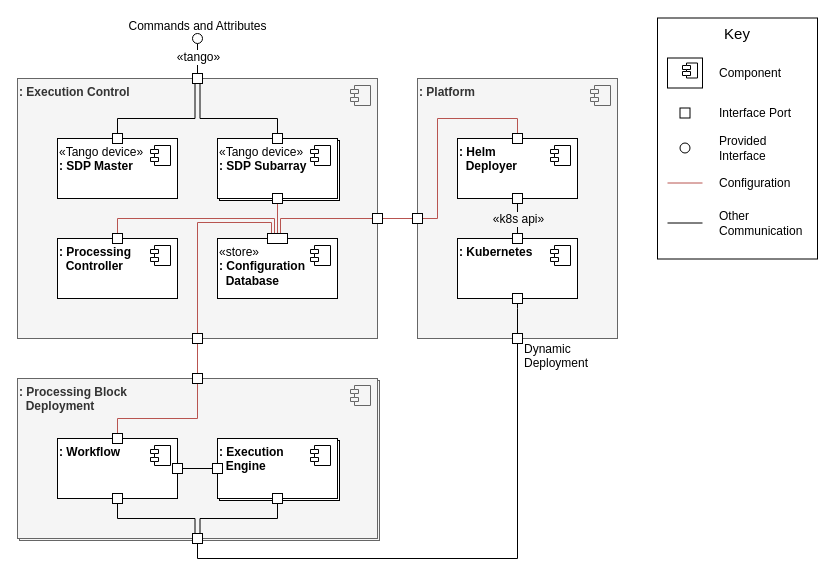
Above: docs/src/images/sdp_components.drawio in ska-telescope/sdp-integration (draw.io), before the change. Source tidied: cells renumbered, new cells numbered last; positions are measured from the earlier drawing's top-left corner, leaving out a move shared by most shapes. Both pictures are drawn from the tidied source at 100%, with x=0, y=0 at pixel (17, 18).
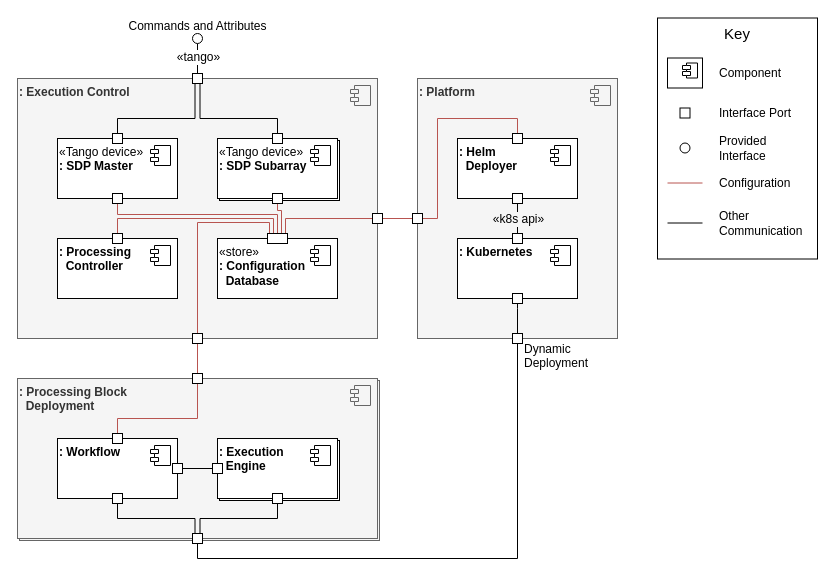
The same diagram, later.

The change refers to these unchanged cells:
```xml
<mxCell id="11" value="«Tango device»&lt;br&gt;&lt;b&gt;: SDP&amp;nbsp;&lt;/b&gt;&lt;b&gt;Subarray&lt;/b&gt;" style="html=1;align=left;verticalAlign=top;" parent="1" vertex="1">
  <mxGeometry x="200" y="120" width="120" height="60" as="geometry" />
</mxCell>
<mxCell id="16" value="«store»&lt;br&gt;&lt;b&gt;: Configuration&lt;br&gt;&amp;nbsp; Database&lt;/b&gt;" style="html=1;align=left;verticalAlign=top;" parent="1" vertex="1">
  <mxGeometry x="200" y="220" width="120" height="60" as="geometry" />
</mxCell>
<mxCell id="34" style="whiteSpace=wrap;html=1;fillColor=#ffffff;" parent="1" vertex="1">
  <mxGeometry x="95" y="215" width="10" height="10" as="geometry" />
</mxCell>
<mxCell id="46" style="whiteSpace=wrap;html=1;fillColor=#ffffff;" parent="1" vertex="1">
  <mxGeometry x="255" y="175" width="10" height="10" as="geometry" />
</mxCell>
<mxCell id="52" style="whiteSpace=wrap;html=1;fillColor=#ffffff;" parent="1" vertex="1">
  <mxGeometry x="355" y="195" width="10" height="10" as="geometry" />
</mxCell>
<mxCell id="55" style="whiteSpace=wrap;html=1;fillColor=#ffffff;" parent="1" vertex="1">
  <mxGeometry x="175" y="315" width="10" height="10" as="geometry" />
</mxCell>
```

The edit, as a diff of the source:
```diff
@@
-    <mxCell id="15" style="edgeStyle=orthogonalEdgeStyle;rounded=0;jettySize=auto;html=1;startArrow=none;startFill=0;endArrow=none;endFill=0;" parent="1" edge="1" source="16" target="11">
-      <mxGeometry relative="1" as="geometry" />
-    </mxCell>
@@
-    <mxCell id="33" style="edgeStyle=orthogonalEdgeStyle;rounded=0;jettySize=auto;html=1;exitX=0.5;exitY=0;exitDx=0;exitDy=0;entryX=0.35;entryY=0;entryDx=0;entryDy=0;startArrow=none;startFill=0;endArrow=none;endFill=0;fillColor=#f8cecc;strokeColor=#b85450;entryPerimeter=0;" parent="1" edge="1" source="34" target="51">
+    <mxCell id="33" style="edgeStyle=orthogonalEdgeStyle;rounded=0;jettySize=auto;html=1;exitX=0.5;exitY=0;exitDx=0;exitDy=0;entryX=0.3;entryY=0;entryDx=0;entryDy=0;startArrow=none;startFill=0;endArrow=none;endFill=0;fillColor=#f8cecc;strokeColor=#b85450;" parent="1" edge="1" source="34" target="51">
       <mxGeometry relative="1" as="geometry">
         <Array as="points">
           <mxPoint x="100" y="200" />
-          <mxPoint x="257" y="200" />
+          <mxPoint x="256" y="200" />
         </Array>
       </mxGeometry>
     </mxCell>
@@
-    <mxCell id="35" style="edgeStyle=orthogonalEdgeStyle;rounded=0;jettySize=auto;html=1;exitX=0.65;exitY=0;exitDx=0;exitDy=0;entryX=0;entryY=0.5;entryDx=0;entryDy=0;startArrow=none;startFill=0;endArrow=none;endFill=0;fillColor=#f8cecc;strokeColor=#b85450;exitPerimeter=0;" parent="1" edge="1" source="51" target="52">
-      <mxGeometry relative="1" as="geometry">
-        <Array as="points">
-          <mxPoint x="263" y="200" />
-        </Array>
-      </mxGeometry>
-    </mxCell>
@@
-    <mxCell id="45" style="edgeStyle=orthogonalEdgeStyle;rounded=0;jettySize=auto;html=1;exitX=0.5;exitY=1;exitDx=0;exitDy=0;entryX=0.5;entryY=0;entryDx=0;entryDy=0;startArrow=none;startFill=0;endArrow=none;endFill=0;fillColor=#f8cecc;strokeColor=#b85450;" parent="1" edge="1" source="46" target="51">
-      <mxGeometry relative="1" as="geometry" />
+    <mxCell id="45" style="edgeStyle=orthogonalEdgeStyle;rounded=0;jettySize=auto;html=1;exitX=0.5;exitY=1;exitDx=0;exitDy=0;entryX=0.7;entryY=0;entryDx=0;entryDy=0;startArrow=none;startFill=0;endArrow=none;endFill=0;fillColor=#f8cecc;strokeColor=#b85450;" parent="1" edge="1" source="46" target="51">
+      <mxGeometry relative="1" as="geometry">
+        <Array as="points">
+          <mxPoint x="260" y="192" />
+          <mxPoint x="264" y="192" />
+        </Array>
+      </mxGeometry>
     </mxCell>
@@
-    <mxCell id="50" style="edgeStyle=orthogonalEdgeStyle;rounded=0;jettySize=auto;html=1;entryX=0.5;entryY=0;entryDx=0;entryDy=0;startArrow=none;startFill=0;endArrow=none;endFill=0;fillColor=#f8cecc;strokeColor=#b85450;exitX=0.2;exitY=0;exitDx=0;exitDy=0;exitPerimeter=0;" parent="1" edge="1" source="51" target="55">
-      <mxGeometry relative="1" as="geometry">
-        <Array as="points">
-          <mxPoint x="254" y="204" />
-          <mxPoint x="180" y="204" />
-        </Array>
-      </mxGeometry>
-    </mxCell>
-    <mxCell id="51" style="whiteSpace=wrap;html=1;fillColor=#ffffff;" parent="1" vertex="1">
-      <mxGeometry x="250" y="215" width="20" height="10" as="geometry" />
-    </mxCell>
+    <mxCell id="84" style="edgeStyle=orthogonalEdgeStyle;rounded=0;jettySize=auto;html=1;exitX=0;exitY=0.5;exitDx=0;exitDy=0;endArrow=none;endFill=0;fillColor=#f8cecc;strokeColor=#b85450;entryX=0.9;entryY=0;entryDx=0;entryDy=0;" parent="1" edge="1" source="52" target="51">
+      <mxGeometry relative="1" as="geometry">
+        <Array as="points">
+          <mxPoint x="268" y="200" />
+        </Array>
+      </mxGeometry>
+    </mxCell>
@@
+    <mxCell id="85" style="edgeStyle=orthogonalEdgeStyle;rounded=0;jettySize=auto;html=1;exitX=0.5;exitY=0;exitDx=0;exitDy=0;entryX=0.1;entryY=0;entryDx=0;entryDy=0;endArrow=none;endFill=0;fillColor=#f8cecc;strokeColor=#b85450;" parent="1" edge="1" source="55" target="51">
+      <mxGeometry relative="1" as="geometry">
+        <Array as="points">
+          <mxPoint x="180" y="204" />
+          <mxPoint x="252" y="204" />
+        </Array>
+      </mxGeometry>
+    </mxCell>
@@
+    <mxCell id="86" style="edgeStyle=orthogonalEdgeStyle;rounded=0;jettySize=auto;html=1;exitX=0.5;exitY=1;exitDx=0;exitDy=0;entryX=0.5;entryY=0;entryDx=0;entryDy=0;fillColor=#f8cecc;strokeColor=#b85450;endArrow=none;endFill=0;" parent="1" edge="1" source="87" target="51">
+      <mxGeometry relative="1" as="geometry">
+        <Array as="points">
+          <mxPoint x="100" y="196" />
+          <mxPoint x="260" y="196" />
+        </Array>
+      </mxGeometry>
+    </mxCell>
+    <mxCell id="87" style="whiteSpace=wrap;html=1;fillColor=#ffffff;" parent="1" vertex="1">
+      <mxGeometry x="95" y="175" width="10" height="10" as="geometry" />
+    </mxCell>
+    <mxCell id="51" style="whiteSpace=wrap;html=1;fillColor=#ffffff;points=[[0.1,0.0],[0.3,0.0],[0.5,0.0],[0.7,0.0],[0.9,0.0]];" parent="1" vertex="1">
+      <mxGeometry x="250" y="215" width="20" height="10" as="geometry" />
+    </mxCell>
```
